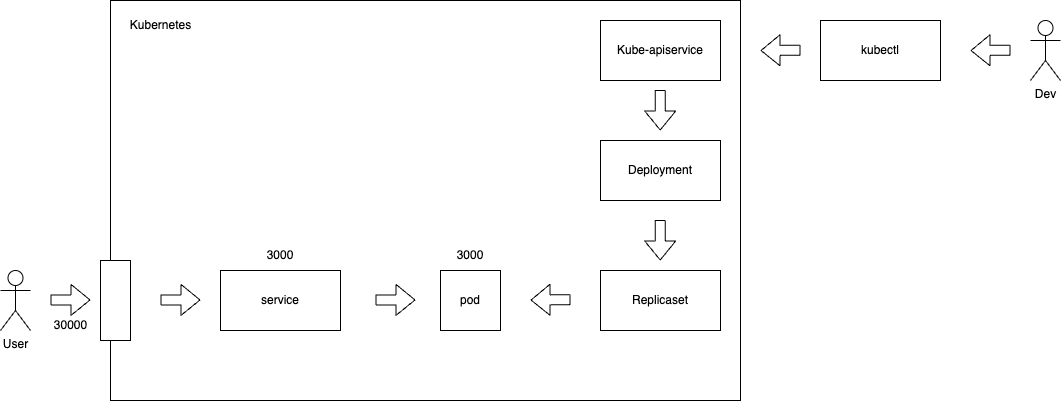
The draw.io diagram node-app-diagram.png in nisibz/node-js-kubernetes, before a commit. Source tidied: cells renumbered, new cells last; positions are measured from the earlier drawing's top-left corner, leaving out a move shared by most shapes.
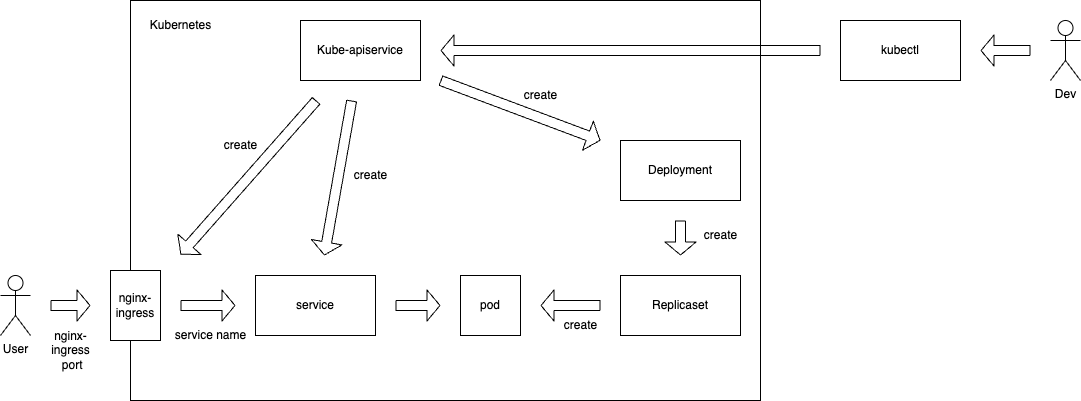
After the commit.

Change to the diagram source:
```diff
@@ -1,96 +1,90 @@
-<mxGraphModel background="#FFFFFF">
+<mxGraphModel background="#ffffff">
   <root>
     <mxCell id="0" />
     <mxCell id="1" parent="0" />
     <mxCell id="2" style="rounded=0;whiteSpace=wrap;html=1;" parent="1" vertex="1">
-      <mxGeometry x="110" width="630" height="400" as="geometry" />
+      <mxGeometry x="150" width="630" height="400" as="geometry" />
     </mxCell>
     <mxCell id="3" value="Kubernetes" style="text;html=1;align=center;verticalAlign=middle;strokeColor=none;fillColor=none;" parent="1" vertex="1">
-      <mxGeometry x="120" y="10" width="80" height="30" as="geometry" />
+      <mxGeometry x="160" y="10" width="80" height="30" as="geometry" />
     </mxCell>
-    <mxCell id="4" style="rounded=0;whiteSpace=wrap;html=1;" parent="1" vertex="1">
-      <mxGeometry x="100" y="260" width="30" height="80" as="geometry" />
-    </mxCell>
+    <mxCell id="24" style="edgeStyle=none;shape=flexArrow;html=1;strokeWidth=1;endSize=4;sourcePerimeterSpacing=20;targetPerimeterSpacing=20;" parent="1" edge="1" source="5" target="6">
+      <mxGeometry relative="1" as="geometry" />
+    </mxCell>
     <mxCell id="5" value="Dev" style="shape=umlActor;verticalLabelPosition=bottom;verticalAlign=top;html=1;outlineConnect=0;" parent="1" vertex="1">
-      <mxGeometry x="1030" y="20" width="30" height="60" as="geometry" />
+      <mxGeometry x="1070" y="20" width="30" height="60" as="geometry" />
     </mxCell>
+    <mxCell id="25" style="edgeStyle=none;shape=flexArrow;html=1;strokeWidth=1;endSize=4;sourcePerimeterSpacing=20;targetPerimeterSpacing=20;" parent="1" edge="1" source="6" target="7">
+      <mxGeometry relative="1" as="geometry" />
+    </mxCell>
     <mxCell id="6" value="kubectl" style="rounded=0;whiteSpace=wrap;html=1;" parent="1" vertex="1">
-      <mxGeometry x="820" y="20" width="120" height="60" as="geometry" />
+      <mxGeometry x="860" y="20" width="120" height="60" as="geometry" />
     </mxCell>
+    <mxCell id="26" style="edgeStyle=none;shape=flexArrow;html=1;strokeWidth=1;endSize=4;sourcePerimeterSpacing=20;targetPerimeterSpacing=20;" parent="1" edge="1" source="7" target="34">
+      <mxGeometry relative="1" as="geometry" />
+    </mxCell>
+    <mxCell id="27" style="edgeStyle=none;shape=flexArrow;html=1;strokeWidth=1;endSize=4;sourcePerimeterSpacing=20;targetPerimeterSpacing=20;" parent="1" edge="1" source="7" target="8">
+      <mxGeometry relative="1" as="geometry" />
+    </mxCell>
+    <mxCell id="28" style="edgeStyle=none;shape=flexArrow;html=1;strokeWidth=1;endSize=4;sourcePerimeterSpacing=20;targetPerimeterSpacing=20;" parent="1" edge="1" source="7" target="12">
+      <mxGeometry relative="1" as="geometry" />
+    </mxCell>
     <mxCell id="7" value="Kube-apiservice" style="rounded=0;whiteSpace=wrap;html=1;" parent="1" vertex="1">
-      <mxGeometry x="600" y="20" width="120" height="60" as="geometry" />
+      <mxGeometry x="320" y="20" width="120" height="60" as="geometry" />
     </mxCell>
+    <mxCell id="29" style="edgeStyle=none;shape=flexArrow;html=1;strokeWidth=1;endSize=4;sourcePerimeterSpacing=20;targetPerimeterSpacing=20;" parent="1" edge="1" source="8" target="9">
+      <mxGeometry relative="1" as="geometry" />
+    </mxCell>
     <mxCell id="8" value="Deployment" style="rounded=0;whiteSpace=wrap;html=1;" parent="1" vertex="1">
-      <mxGeometry x="600" y="140" width="120" height="60" as="geometry" />
+      <mxGeometry x="640" y="140" width="120" height="60" as="geometry" />
     </mxCell>
+    <mxCell id="30" style="edgeStyle=none;shape=flexArrow;html=1;strokeWidth=1;endSize=4;sourcePerimeterSpacing=20;targetPerimeterSpacing=20;" parent="1" edge="1" source="9" target="10">
+      <mxGeometry relative="1" as="geometry" />
+    </mxCell>
     <mxCell id="9" value="Replicaset" style="rounded=0;whiteSpace=wrap;html=1;" parent="1" vertex="1">
-      <mxGeometry x="600" y="270" width="120" height="60" as="geometry" />
+      <mxGeometry x="640" y="275" width="120" height="60" as="geometry" />
     </mxCell>
     <mxCell id="10" value="pod" style="rounded=0;whiteSpace=wrap;html=1;" parent="1" vertex="1">
-      <mxGeometry x="440" y="270" width="60" height="60" as="geometry" />
+      <mxGeometry x="480" y="275" width="60" height="60" as="geometry" />
     </mxCell>
+    <mxCell id="31" style="edgeStyle=none;shape=flexArrow;html=1;strokeWidth=1;endSize=4;sourcePerimeterSpacing=20;targetPerimeterSpacing=20;fillColor=none;labelBorderColor=none;" parent="1" edge="1" source="11" target="34">
+      <mxGeometry relative="1" as="geometry" />
+    </mxCell>
     <mxCell id="11" value="User" style="shape=umlActor;verticalLabelPosition=bottom;verticalAlign=top;html=1;outlineConnect=0;" parent="1" vertex="1">
-      <mxGeometry y="270" width="30" height="60" as="geometry" />
+      <mxGeometry x="20" y="275" width="30" height="60" as="geometry" />
     </mxCell>
+    <mxCell id="32" style="edgeStyle=none;shape=flexArrow;html=1;strokeWidth=1;endSize=4;sourcePerimeterSpacing=20;targetPerimeterSpacing=20;" parent="1" edge="1" source="12" target="10">
+      <mxGeometry relative="1" as="geometry" />
+    </mxCell>
     <mxCell id="12" value="service" style="rounded=0;whiteSpace=wrap;html=1;" parent="1" vertex="1">
-      <mxGeometry x="220" y="270" width="120" height="60" as="geometry" />
+      <mxGeometry x="275" y="275" width="120" height="60" as="geometry" />
     </mxCell>
-    <mxCell id="13" style="shape=flexArrow;endArrow=classic;html=1;" parent="1" edge="1">
-      <mxGeometry relative="1" as="geometry">
-        <mxPoint x="50" y="299.4" as="sourcePoint" />
-        <mxPoint x="90" y="299.4" as="targetPoint" />
-      </mxGeometry>
-    </mxCell>
-    <mxCell id="14" value="30000" style="text;html=1;align=center;verticalAlign=middle;strokeColor=none;fillColor=none;" parent="1" vertex="1">
-      <mxGeometry x="40" y="310" width="60" height="30" as="geometry" />
+    <mxCell id="14" value="nginx-&lt;br&gt;ingress&lt;br&gt;&amp;nbsp;port" style="text;html=1;align=center;verticalAlign=middle;strokeColor=none;fillColor=none;" parent="1" vertex="1">
+      <mxGeometry x="60" y="320" width="60" height="60" as="geometry" />
     </mxCell>
-    <mxCell id="15" style="shape=flexArrow;endArrow=classic;html=1;" parent="1" edge="1">
-      <mxGeometry relative="1" as="geometry">
-        <mxPoint x="160" y="299.4" as="sourcePoint" />
-        <mxPoint x="200" y="299.4" as="targetPoint" />
-      </mxGeometry>
-    </mxCell>
-    <mxCell id="16" style="shape=flexArrow;endArrow=classic;html=1;" parent="1" edge="1">
-      <mxGeometry relative="1" as="geometry">
-        <mxPoint x="375" y="299.4" as="sourcePoint" />
-        <mxPoint x="415" y="299.4" as="targetPoint" />
-      </mxGeometry>
-    </mxCell>
-    <mxCell id="17" style="shape=flexArrow;endArrow=classic;html=1;" parent="1" edge="1">
-      <mxGeometry relative="1" as="geometry">
-        <mxPoint x="659.7" y="219.4" as="sourcePoint" />
-        <mxPoint x="659.7" y="260" as="targetPoint" />
-      </mxGeometry>
-    </mxCell>
-    <mxCell id="18" style="shape=flexArrow;endArrow=classic;html=1;" parent="1" edge="1">
-      <mxGeometry relative="1" as="geometry">
-        <mxPoint x="659.7" y="89.4" as="sourcePoint" />
-        <mxPoint x="659.7" y="130" as="targetPoint" />
-      </mxGeometry>
-    </mxCell>
-    <mxCell id="19" style="shape=flexArrow;endArrow=classic;html=1;" parent="1" edge="1">
-      <mxGeometry relative="1" as="geometry">
-        <mxPoint x="800" y="49.7" as="sourcePoint" />
-        <mxPoint x="760" y="50" as="targetPoint" />
-      </mxGeometry>
-    </mxCell>
-    <mxCell id="20" style="shape=flexArrow;endArrow=classic;html=1;" parent="1" edge="1">
-      <mxGeometry relative="1" as="geometry">
-        <mxPoint x="1010" y="49.7" as="sourcePoint" />
-        <mxPoint x="970" y="50" as="targetPoint" />
-      </mxGeometry>
-    </mxCell>
-    <mxCell id="21" style="shape=flexArrow;endArrow=classic;html=1;" parent="1" edge="1">
-      <mxGeometry relative="1" as="geometry">
-        <mxPoint x="570" y="299.2" as="sourcePoint" />
-        <mxPoint x="530" y="299.5" as="targetPoint" />
-      </mxGeometry>
-    </mxCell>
-    <mxCell id="22" value="3000" style="text;html=1;strokeColor=none;fillColor=none;align=center;verticalAlign=middle;whiteSpace=wrap;rounded=0;" parent="1" vertex="1">
-      <mxGeometry x="440" y="240" width="60" height="30" as="geometry" />
-    </mxCell>
-    <mxCell id="23" value="3000" style="text;html=1;strokeColor=none;fillColor=none;align=center;verticalAlign=middle;whiteSpace=wrap;rounded=0;" parent="1" vertex="1">
-      <mxGeometry x="250" y="240" width="60" height="30" as="geometry" />
-    </mxCell>
+    <mxCell id="33" style="edgeStyle=none;shape=flexArrow;html=1;strokeWidth=1;endSize=4;sourcePerimeterSpacing=20;targetPerimeterSpacing=20;" parent="1" edge="1" source="34" target="12">
+      <mxGeometry relative="1" as="geometry" />
+    </mxCell>
+    <mxCell id="34" value="nginx-ingress" style="rounded=0;whiteSpace=wrap;html=1;" parent="1" vertex="1">
+      <mxGeometry x="130" y="270" width="50" height="70" as="geometry" />
+    </mxCell>
+    <mxCell id="35" value="create" style="text;html=1;align=center;verticalAlign=middle;strokeColor=none;fillColor=none;" parent="1" vertex="1">
+      <mxGeometry x="230" y="130" width="60" height="30" as="geometry" />
+    </mxCell>
+    <mxCell id="36" value="create" style="text;html=1;align=center;verticalAlign=middle;strokeColor=none;fillColor=none;" parent="1" vertex="1">
+      <mxGeometry x="360" y="160" width="60" height="30" as="geometry" />
+    </mxCell>
+    <mxCell id="37" value="create" style="text;html=1;align=center;verticalAlign=middle;strokeColor=none;fillColor=none;" parent="1" vertex="1">
+      <mxGeometry x="530" y="80" width="60" height="30" as="geometry" />
+    </mxCell>
+    <mxCell id="38" value="create" style="text;html=1;align=center;verticalAlign=middle;strokeColor=none;fillColor=none;" parent="1" vertex="1">
+      <mxGeometry x="710" y="220" width="60" height="30" as="geometry" />
+    </mxCell>
+    <mxCell id="39" value="create" style="text;html=1;align=center;verticalAlign=middle;strokeColor=none;fillColor=none;" parent="1" vertex="1">
+      <mxGeometry x="570" y="310" width="60" height="30" as="geometry" />
+    </mxCell>
+    <mxCell id="40" value="service name" style="text;html=1;align=center;verticalAlign=middle;strokeColor=none;fillColor=none;" parent="1" vertex="1">
+      <mxGeometry x="185" y="320" width="90" height="30" as="geometry" />
+    </mxCell>
   </root>
 </mxGraphModel>
```
